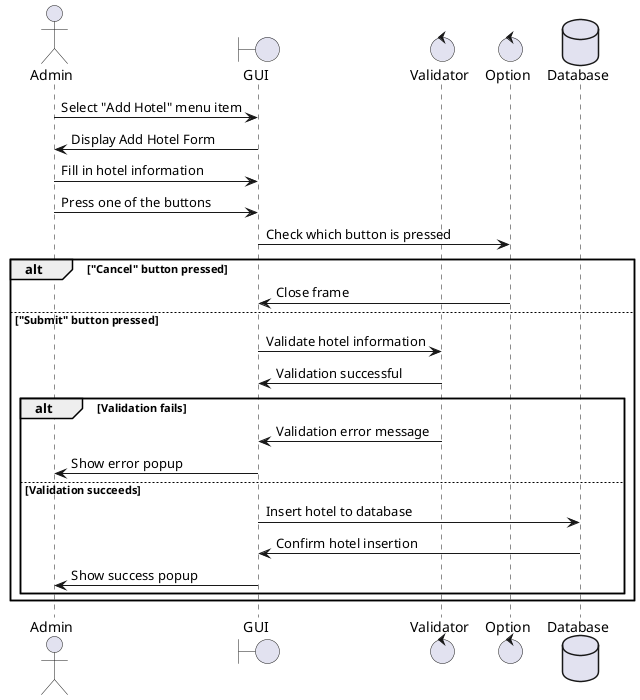
The PlantUML diagram docs/sequence-diagrams/kdesp73/hotel-add.png in DMG-TechLabs/hotel-manager, before a commit.
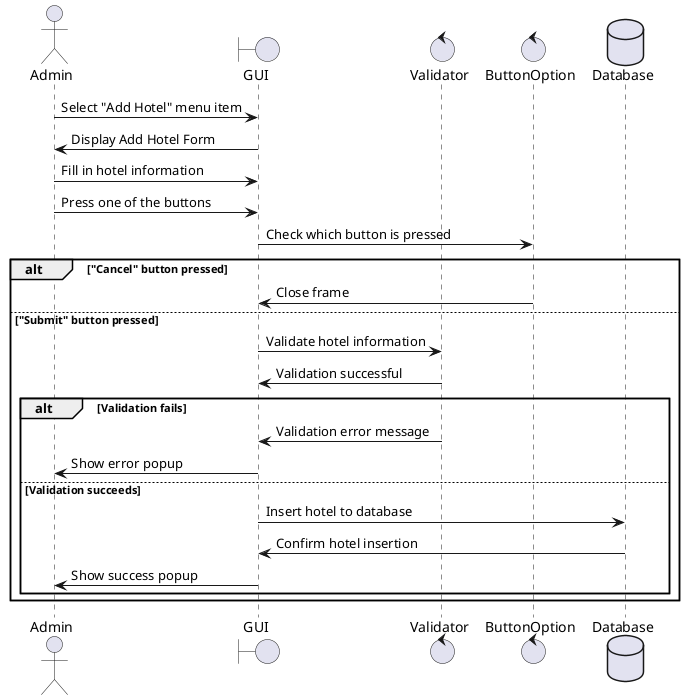
After the commit.

Change to the diagram source:
```diff
@@ -3,7 +3,7 @@
 actor Admin as A
 boundary GUI as G
 control Validator as V
-control Option as O
+control ButtonOption as O
 database Database as D
 
 A -> G : Select "Add Hotel" menu item
```
